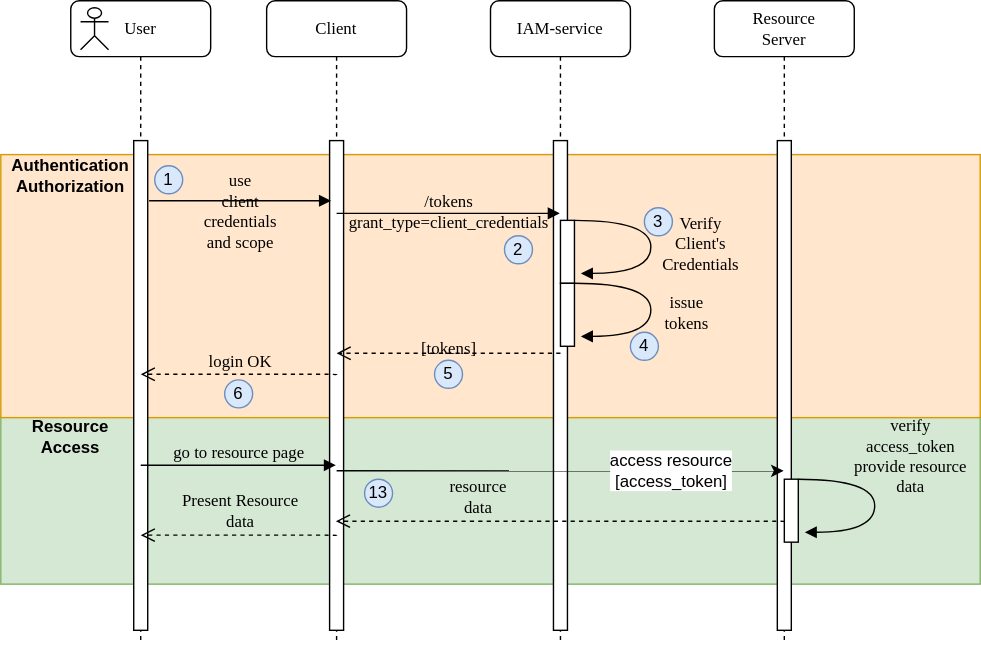
The draw.io diagram docs/oauth2/134_client-credentials-flow.svg in jveverka/iam-service, before a commit. Source tidied: cells renumbered, new cells last; positions are measured from the earlier drawing's top-left corner, leaving out a move shared by most shapes.
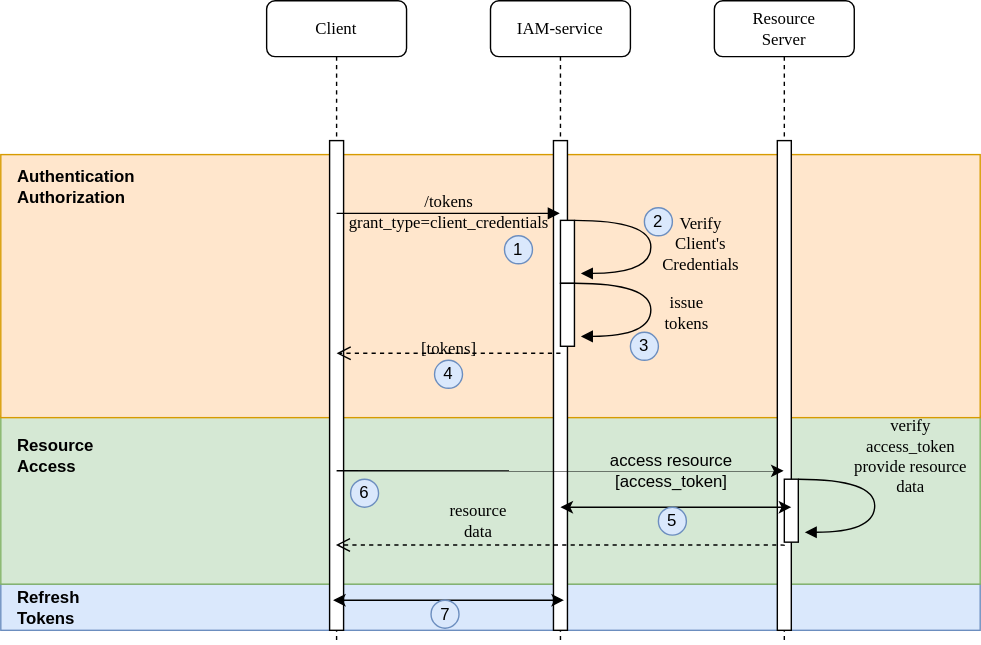
The same file after the commit.

The edit, as a diff of the source:
```diff
@@ -2,6 +2,9 @@
   <root>
     <mxCell id="0" />
     <mxCell id="1" parent="0" />
+    <mxCell id="37" style="rounded=0;whiteSpace=wrap;html=1;fillColor=#dae8fc;strokeColor=#6c8ebf;" parent="1" vertex="1">
+      <mxGeometry y="417" width="700" height="33" as="geometry" />
+    </mxCell>
     <mxCell id="2" style="rounded=0;whiteSpace=wrap;html=1;fillColor=#d5e8d4;strokeColor=#82b366;" parent="1" vertex="1">
       <mxGeometry y="297" width="700" height="120" as="geometry" />
     </mxCell>
@@ -20,27 +23,12 @@
     <mxCell id="7" style="html=1;perimeter=orthogonalPerimeter;rounded=0;shadow=0;comic=0;labelBackgroundColor=none;strokeWidth=1;fontFamily=Verdana;fontSize=12;align=center;" parent="6" vertex="1">
       <mxGeometry x="45" y="100" width="10" height="350" as="geometry" />
     </mxCell>
-    <mxCell id="8" value="User" style="shape=umlLifeline;perimeter=lifelinePerimeter;whiteSpace=wrap;html=1;rounded=1;shadow=0;comic=0;labelBackgroundColor=none;strokeWidth=1;fontFamily=Verdana;fontSize=12;align=center;" parent="1" vertex="1">
-      <mxGeometry x="50" width="100" height="460" as="geometry" />
-    </mxCell>
-    <mxCell id="9" style="html=1;perimeter=orthogonalPerimeter;rounded=0;shadow=0;comic=0;labelBackgroundColor=none;strokeWidth=1;fontFamily=Verdana;fontSize=12;align=center;" parent="8" vertex="1">
-      <mxGeometry x="45" y="100" width="10" height="350" as="geometry" />
-    </mxCell>
-    <mxCell id="10" style="shape=umlActor;verticalLabelPosition=bottom;labelBackgroundColor=#ffffff;verticalAlign=top;html=1;" parent="8" vertex="1">
-      <mxGeometry x="7" y="5" width="20" height="30" as="geometry" />
-    </mxCell>
     <mxCell id="11" value="/tokens&lt;br&gt;grant_type=client_credentials" style="html=1;verticalAlign=bottom;endArrow=block;labelBackgroundColor=none;fontFamily=Verdana;fontSize=12;edgeStyle=elbowEdgeStyle;elbow=vertical;" parent="1" edge="1">
       <mxGeometry y="-16" relative="1" as="geometry">
         <mxPoint x="240" y="152" as="sourcePoint" />
         <mxPoint x="399.5" y="152" as="targetPoint" />
       </mxGeometry>
     </mxCell>
-    <mxCell id="12" value="use&lt;br&gt;client&lt;br&gt;credentials&lt;br&gt;and scope" style="html=1;verticalAlign=bottom;endArrow=block;entryX=0;entryY=0;labelBackgroundColor=none;fontFamily=Verdana;fontSize=12;edgeStyle=elbowEdgeStyle;elbow=vertical;" parent="1" edge="1">
-      <mxGeometry y="-39" relative="1" as="geometry">
-        <mxPoint x="106" y="143" as="sourcePoint" />
-        <mxPoint x="236" y="143" as="targetPoint" />
-      </mxGeometry>
-    </mxCell>
     <mxCell id="13" style="html=1;perimeter=orthogonalPerimeter;rounded=0;shadow=0;comic=0;labelBackgroundColor=none;strokeWidth=1;fontFamily=Verdana;fontSize=12;align=center;" parent="1" vertex="1">
       <mxGeometry x="400" y="157" width="10" height="45" as="geometry" />
     </mxCell>
@@ -79,34 +67,18 @@
         <mxPoint y="1" as="offset" />
       </mxGeometry>
     </mxCell>
-    <mxCell id="18" value="login OK" style="html=1;verticalAlign=bottom;endArrow=open;dashed=1;endSize=8;labelBackgroundColor=none;fontFamily=Verdana;fontSize=12;edgeStyle=elbowEdgeStyle;elbow=vertical;" parent="1" edge="1">
-      <mxGeometry relative="1" as="geometry">
-        <mxPoint x="240" y="267.5" as="sourcePoint" />
-        <mxPoint x="100" y="267" as="targetPoint" />
-        <Array as="points">
-          <mxPoint x="205" y="267" />
-          <mxPoint x="235" y="267" />
-        </Array>
-      </mxGeometry>
-    </mxCell>
-    <mxCell id="19" value="1" style="ellipse;whiteSpace=wrap;html=1;fillColor=#dae8fc;strokeColor=#6c8ebf;" parent="1" vertex="1">
-      <mxGeometry x="110" y="118" width="20" height="20" as="geometry" />
-    </mxCell>
-    <mxCell id="20" value="2" style="ellipse;whiteSpace=wrap;html=1;fillColor=#dae8fc;strokeColor=#6c8ebf;" parent="1" vertex="1">
+    <mxCell id="20" value="1" style="ellipse;whiteSpace=wrap;html=1;fillColor=#dae8fc;strokeColor=#6c8ebf;" parent="1" vertex="1">
       <mxGeometry x="360" y="168" width="20" height="20" as="geometry" />
     </mxCell>
-    <mxCell id="21" value="3" style="ellipse;whiteSpace=wrap;html=1;fillColor=#dae8fc;strokeColor=#6c8ebf;" parent="1" vertex="1">
+    <mxCell id="21" value="2" style="ellipse;whiteSpace=wrap;html=1;fillColor=#dae8fc;strokeColor=#6c8ebf;" parent="1" vertex="1">
       <mxGeometry x="460" y="148" width="20" height="20" as="geometry" />
     </mxCell>
-    <mxCell id="22" value="4" style="ellipse;whiteSpace=wrap;html=1;fillColor=#dae8fc;strokeColor=#6c8ebf;" parent="1" vertex="1">
+    <mxCell id="22" value="3" style="ellipse;whiteSpace=wrap;html=1;fillColor=#dae8fc;strokeColor=#6c8ebf;" parent="1" vertex="1">
       <mxGeometry x="450" y="237" width="20" height="20" as="geometry" />
     </mxCell>
-    <mxCell id="23" value="5" style="ellipse;whiteSpace=wrap;html=1;fillColor=#dae8fc;strokeColor=#6c8ebf;" parent="1" vertex="1">
+    <mxCell id="23" value="4" style="ellipse;whiteSpace=wrap;html=1;fillColor=#dae8fc;strokeColor=#6c8ebf;" parent="1" vertex="1">
       <mxGeometry x="310" y="257" width="20" height="20" as="geometry" />
     </mxCell>
-    <mxCell id="24" value="6" style="ellipse;whiteSpace=wrap;html=1;fillColor=#dae8fc;strokeColor=#6c8ebf;" parent="1" vertex="1">
-      <mxGeometry x="160" y="271" width="20" height="20" as="geometry" />
-    </mxCell>
     <mxCell id="25" value="Resource&lt;br&gt;Server" style="shape=umlLifeline;perimeter=lifelinePerimeter;whiteSpace=wrap;html=1;rounded=1;shadow=0;comic=0;labelBackgroundColor=none;strokeWidth=1;fontFamily=Verdana;fontSize=12;align=center;" parent="1" vertex="1">
       <mxGeometry x="510" width="100" height="460" as="geometry" />
     </mxCell>
@@ -119,35 +91,19 @@
         <mxPoint x="559.5" y="336" as="targetPoint" />
       </mxGeometry>
     </mxCell>
-    <mxCell id="28" value="access resource&lt;br&gt;[access_token]" style="text;html=1;align=center;verticalAlign=middle;labelBackgroundColor=#ffffff;" parent="27" vertex="1">
+    <mxCell id="28" value="access resource&lt;br&gt;[access_token]" style="text;html=1;align=center;verticalAlign=middle;labelBackgroundColor=none;" parent="27" vertex="1">
       <mxGeometry x="0.49" y="1" relative="1" as="geometry" />
     </mxCell>
     <mxCell id="29" value="resource&lt;br&gt;data" style="html=1;verticalAlign=bottom;endArrow=open;dashed=1;endSize=8;labelBackgroundColor=none;fontFamily=Verdana;fontSize=12;edgeStyle=elbowEdgeStyle;elbow=vertical;" parent="1" edge="1">
       <mxGeometry x="0.37" relative="1" as="geometry">
-        <mxPoint x="560" y="372.5" as="sourcePoint" />
-        <mxPoint x="239.5" y="372" as="targetPoint" />
+        <mxPoint x="560" y="389.5" as="sourcePoint" />
+        <mxPoint x="239.5" y="389" as="targetPoint" />
         <Array as="points">
-          <mxPoint x="525" y="372" />
-          <mxPoint x="555" y="372" />
+          <mxPoint x="525" y="389" />
+          <mxPoint x="555" y="389" />
         </Array>
       </mxGeometry>
     </mxCell>
-    <mxCell id="30" value="go to resource page" style="html=1;verticalAlign=bottom;endArrow=block;labelBackgroundColor=none;fontFamily=Verdana;fontSize=12;edgeStyle=elbowEdgeStyle;elbow=vertical;" parent="1" edge="1">
-      <mxGeometry relative="1" as="geometry">
-        <mxPoint x="100" y="332" as="sourcePoint" />
-        <mxPoint x="239.5" y="332" as="targetPoint" />
-      </mxGeometry>
-    </mxCell>
-    <mxCell id="31" value="Present Resource&lt;br&gt;data" style="html=1;verticalAlign=bottom;endArrow=open;dashed=1;endSize=8;labelBackgroundColor=none;fontFamily=Verdana;fontSize=12;edgeStyle=elbowEdgeStyle;elbow=vertical;" parent="1" edge="1">
-      <mxGeometry relative="1" as="geometry">
-        <mxPoint x="240" y="382.5" as="sourcePoint" />
-        <mxPoint x="100" y="382" as="targetPoint" />
-        <Array as="points">
-          <mxPoint x="205" y="382" />
-          <mxPoint x="235" y="382" />
-        </Array>
-      </mxGeometry>
-    </mxCell>
     <mxCell id="32" style="html=1;perimeter=orthogonalPerimeter;rounded=0;shadow=0;comic=0;labelBackgroundColor=none;strokeWidth=1;fontFamily=Verdana;fontSize=12;align=center;" parent="1" vertex="1">
       <mxGeometry x="560" y="342" width="10" height="45" as="geometry" />
     </mxCell>
@@ -162,14 +118,35 @@
         <mxPoint x="54" y="15" as="offset" />
       </mxGeometry>
     </mxCell>
-    <mxCell id="34" value="13" style="ellipse;whiteSpace=wrap;html=1;fillColor=#dae8fc;strokeColor=#6c8ebf;" parent="1" vertex="1">
-      <mxGeometry x="260" y="342" width="20" height="20" as="geometry" />
+    <mxCell id="34" value="6" style="ellipse;whiteSpace=wrap;html=1;fillColor=#dae8fc;strokeColor=#6c8ebf;" parent="1" vertex="1">
+      <mxGeometry x="250" y="342" width="20" height="20" as="geometry" />
     </mxCell>
-    <mxCell id="35" value="&lt;b&gt;Authentication&lt;br&gt;Authorization&lt;/b&gt;" style="text;html=1;strokeColor=none;fillColor=none;align=center;verticalAlign=middle;whiteSpace=wrap;rounded=0;" parent="1" vertex="1">
-      <mxGeometry x="10" y="110" width="80" height="30" as="geometry" />
+    <mxCell id="35" value="&lt;b&gt;Authentication&lt;br&gt;Authorization&lt;/b&gt;" style="text;html=1;strokeColor=none;fillColor=none;align=left;verticalAlign=middle;whiteSpace=wrap;rounded=0;" parent="1" vertex="1">
+      <mxGeometry x="10" y="118" width="80" height="30" as="geometry" />
     </mxCell>
-    <mxCell id="36" value="&lt;b&gt;Resource&lt;br&gt;Access&lt;/b&gt;" style="text;html=1;strokeColor=none;fillColor=none;align=center;verticalAlign=middle;whiteSpace=wrap;rounded=0;" parent="1" vertex="1">
-      <mxGeometry x="10" y="297" width="80" height="30" as="geometry" />
+    <mxCell id="36" value="&lt;b&gt;Resource&lt;br&gt;Access&lt;/b&gt;" style="text;html=1;strokeColor=none;fillColor=none;align=left;verticalAlign=middle;whiteSpace=wrap;rounded=0;" parent="1" vertex="1">
+      <mxGeometry x="10" y="310" width="80" height="30" as="geometry" />
     </mxCell>
+    <mxCell id="38" style="endArrow=classic;startArrow=classic;html=1;" parent="1" edge="1">
+      <mxGeometry relative="1" as="geometry">
+        <mxPoint x="400" y="362" as="sourcePoint" />
+        <mxPoint x="565" y="362" as="targetPoint" />
+      </mxGeometry>
+    </mxCell>
+    <mxCell id="39" value="5" style="ellipse;whiteSpace=wrap;html=1;fillColor=#dae8fc;strokeColor=#6c8ebf;" parent="1" vertex="1">
+      <mxGeometry x="470" y="362" width="20" height="20" as="geometry" />
+    </mxCell>
+    <mxCell id="40" value="&lt;b&gt;Refresh Tokens&lt;/b&gt;" style="text;html=1;strokeColor=none;fillColor=none;align=left;verticalAlign=middle;whiteSpace=wrap;rounded=0;" parent="1" vertex="1">
+      <mxGeometry x="10" y="418.5" width="80" height="30" as="geometry" />
+    </mxCell>
+    <mxCell id="41" style="endArrow=classic;startArrow=classic;html=1;" parent="1" edge="1">
+      <mxGeometry relative="1" as="geometry">
+        <mxPoint x="237.5" y="428.5" as="sourcePoint" />
+        <mxPoint x="402.5" y="428.5" as="targetPoint" />
+      </mxGeometry>
+    </mxCell>
+    <mxCell id="42" value="7" style="ellipse;whiteSpace=wrap;html=1;fillColor=#dae8fc;strokeColor=#6c8ebf;" parent="1" vertex="1">
+      <mxGeometry x="307.5" y="428.5" width="20" height="20" as="geometry" />
+    </mxCell>
   </root>
 </mxGraphModel>
```
